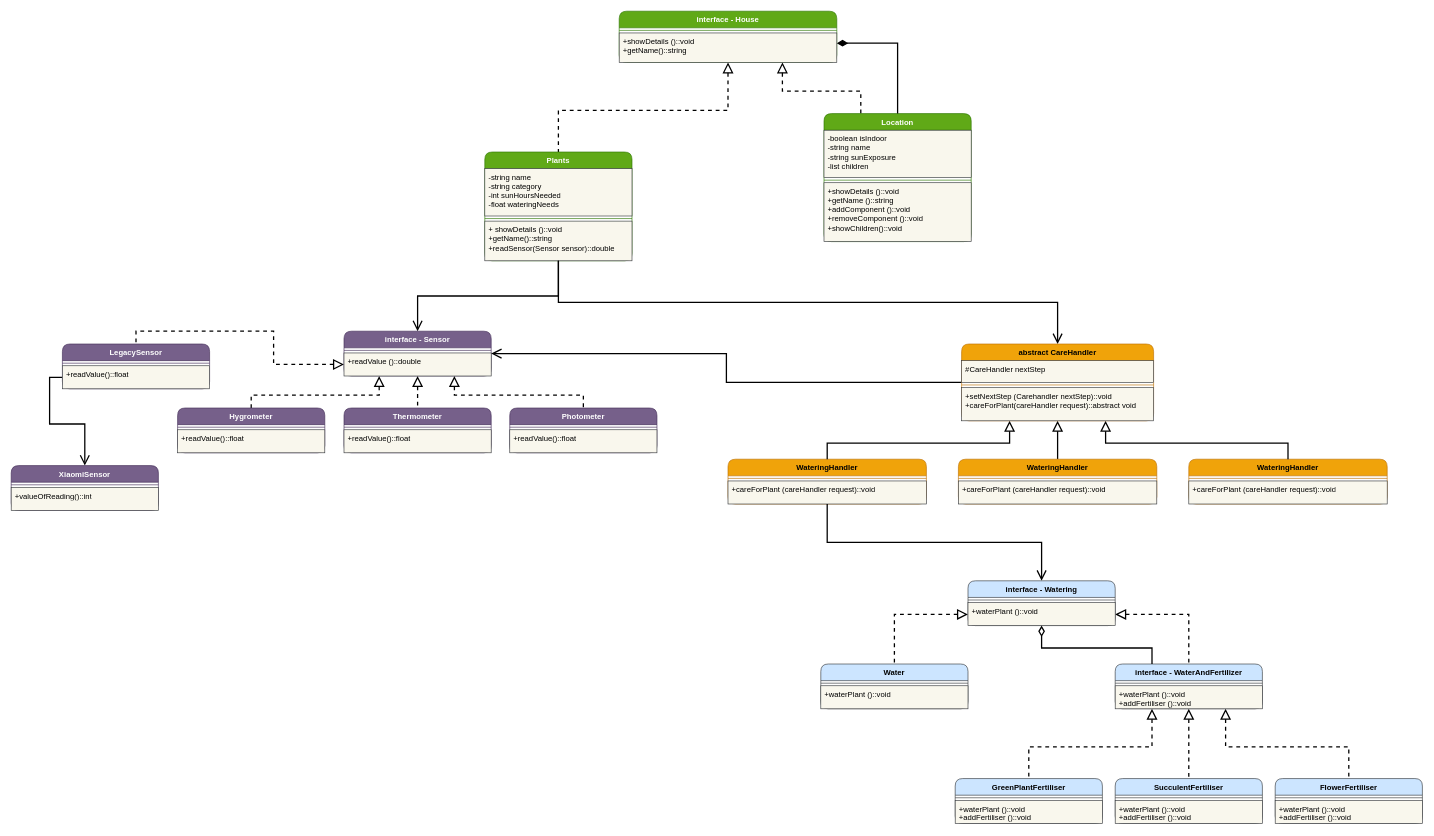
This is smart_plant_app.drawio from Federico-Alessi/smartplantapp, a draw.io file, before an edit. Source tidied: cells renumbered, new cells numbered last; positions are measured from the earlier drawing's top-left corner, leaving out a move shared by most shapes. Both pictures are drawn from the tidied source at 64%, with x=0, y=0 at pixel (11, 11).
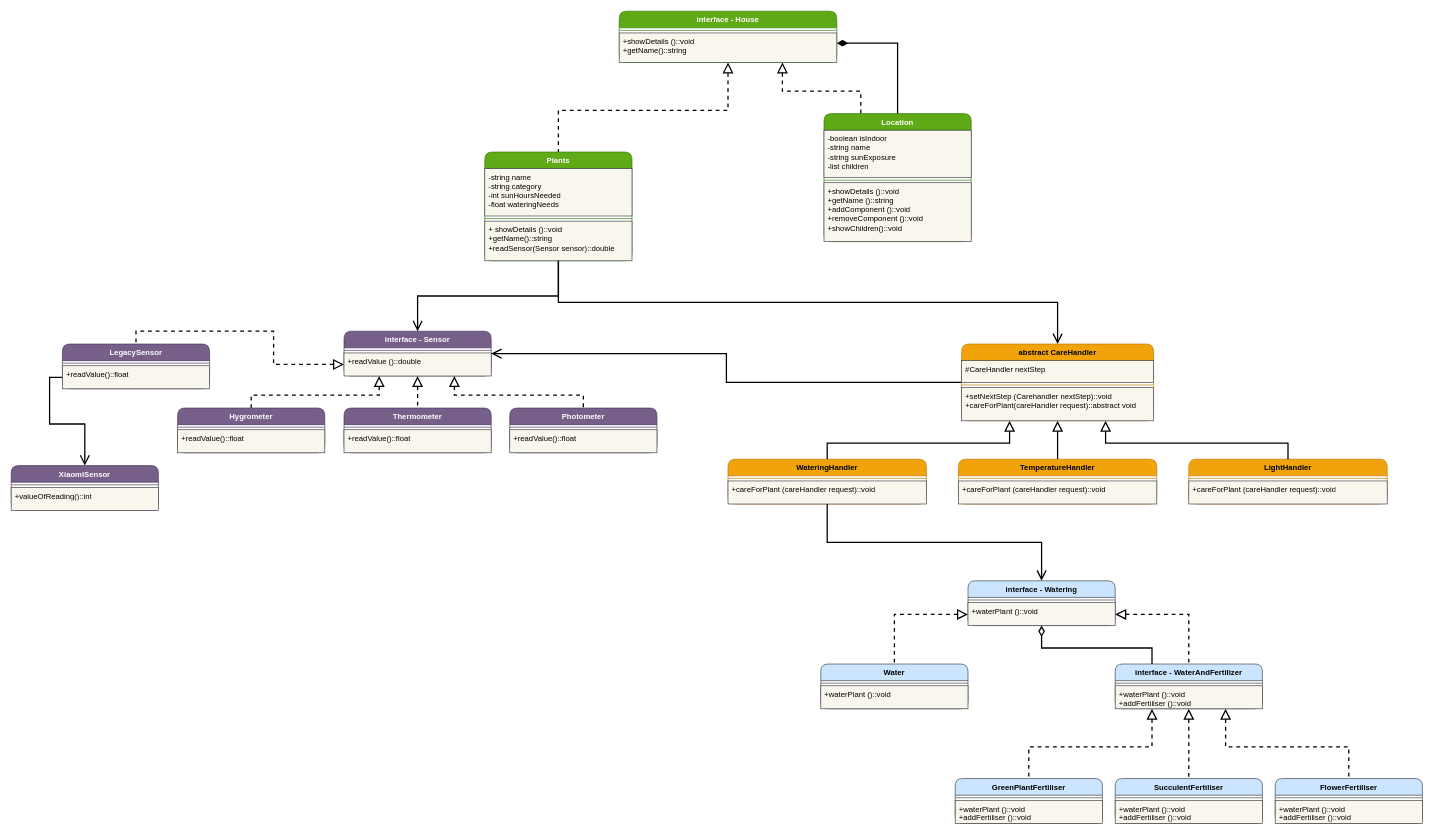
Above is the later version.

The edit, as a diff of the source:
```diff
@@
-    <mxCell id="5" value="WateringHandler" style="swimlane;fontStyle=1;align=center;verticalAlign=top;horizontal=1;startSize=26;whiteSpace=wrap;html=1;fillColor=#f0a30a;fontColor=#000000;strokeColor=#BD7000;rounded=1;spacingLeft=4;spacingRight=4;fontFamily=Helvetica;fontSize=12;" parent="1" vertex="1">
+    <mxCell id="5" value="LightHandler" style="swimlane;fontStyle=1;align=center;verticalAlign=top;horizontal=1;startSize=26;whiteSpace=wrap;html=1;fillColor=#f0a30a;fontColor=#000000;strokeColor=#BD7000;rounded=1;spacingLeft=4;spacingRight=4;fontFamily=Helvetica;fontSize=12;" parent="1" vertex="1">
       <mxGeometry x="1840" y="700" width="310" height="70" as="geometry" />
     </mxCell>
@@
-    <mxCell id="48" value="WateringHandler" style="swimlane;fontStyle=1;align=center;verticalAlign=top;horizontal=1;startSize=26;whiteSpace=wrap;html=1;fillColor=#f0a30a;fontColor=#000000;strokeColor=#BD7000;rounded=1;spacingLeft=4;spacingRight=4;fontFamily=Helvetica;fontSize=12;" parent="1" vertex="1">
+    <mxCell id="48" value="TemperatureHandler" style="swimlane;fontStyle=1;align=center;verticalAlign=top;horizontal=1;startSize=26;whiteSpace=wrap;html=1;fillColor=#f0a30a;fontColor=#000000;strokeColor=#BD7000;rounded=1;spacingLeft=4;spacingRight=4;fontFamily=Helvetica;fontSize=12;" parent="1" vertex="1">
       <mxGeometry x="1480" y="700" width="310" height="70" as="geometry" />
     </mxCell>
```
